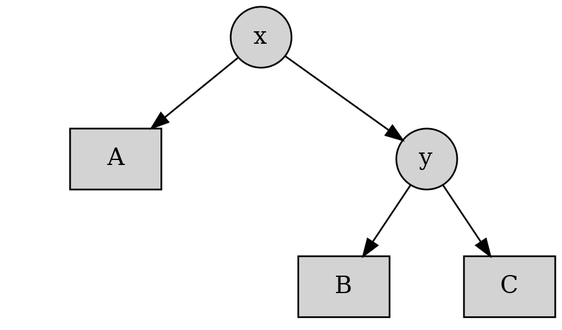
Earlier version of the Graphviz export slides/trees/04.self-balancing_binary_search_tree/avl-rotate-example1-der.dot.png (jgsogo/eda). Its source is kept beside it as slides/trees/04.self-balancing_binary_search_tree/avl-rotate-example1-der.dot.
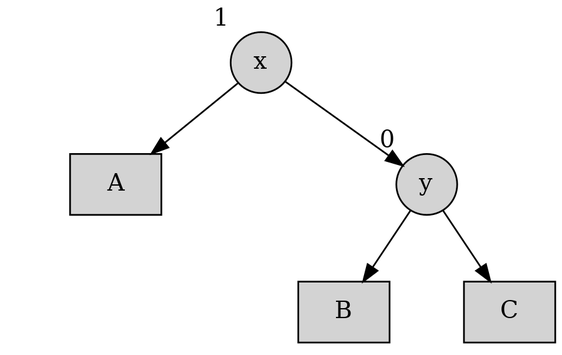
After the commit.

Diff of the diagram source:
```diff
@@ -15,9 +15,9 @@
     b2 -> c34 [style=invis weight=10];
     b2 -> c4
 
-    a1 [label="x"];
+    a1 [label="x" xlabel=1];
     b1 [label="A" shape=rect];
-    b2 [label="y"];
+    b2 [label="y" xlabel=0];
     c1 [style=invis];
     c2 [style=invis];
     c3 [label="B" shape=rect];
```
